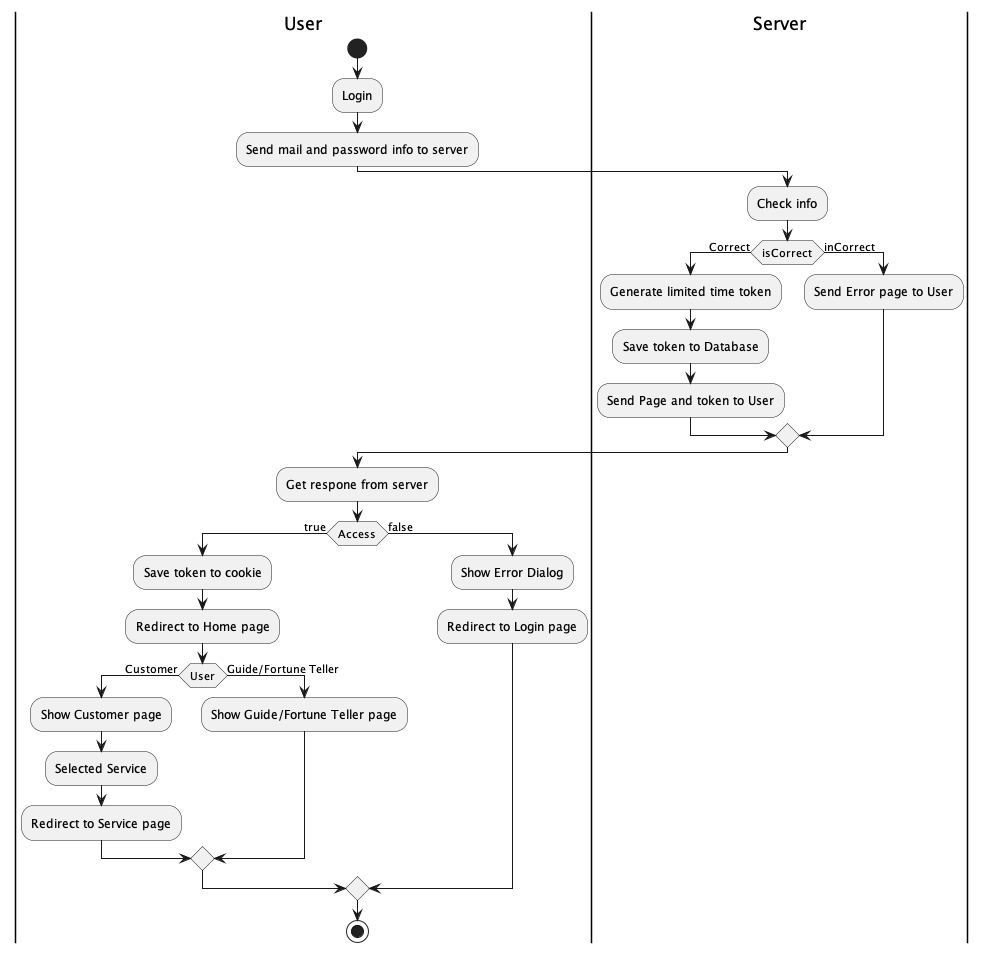
The PlantUML diagram out/activity-diagram/Login.png in Nxwbtk/SA-Diagram, before a commit.
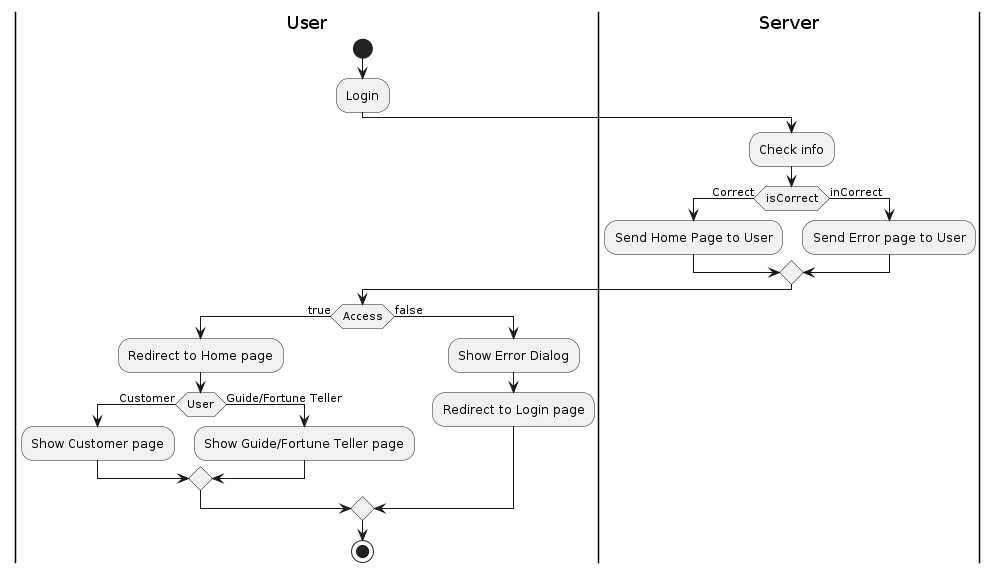
Later version of the same file.

The edit, as a diff of the source:
```diff
@@ -2,26 +2,19 @@
 |User|
 start
 :Login;
-:Send mail and password info to server;
 |Server|
 :Check info;
 if (isCorrect) is (Correct) then
-	:Generate limited time token;
-	:Save token to Database;
-	:Send Page and token to User;
+	:Send Home Page to User;
 else (inCorrect)
 	:Send Error page to User;
 endif
 
 |User|
-:Get respone from server;
 if (Access) is (true) then
-	:Save token to cookie;
 	:Redirect to Home page;
 	if (User) is (Customer) then
 	:Show Customer page;
-	:Selected Service;
-	:Redirect to Service page;
 	else (Guide/Fortune Teller)
 	:Show Guide/Fortune Teller page;
 	endif
```
